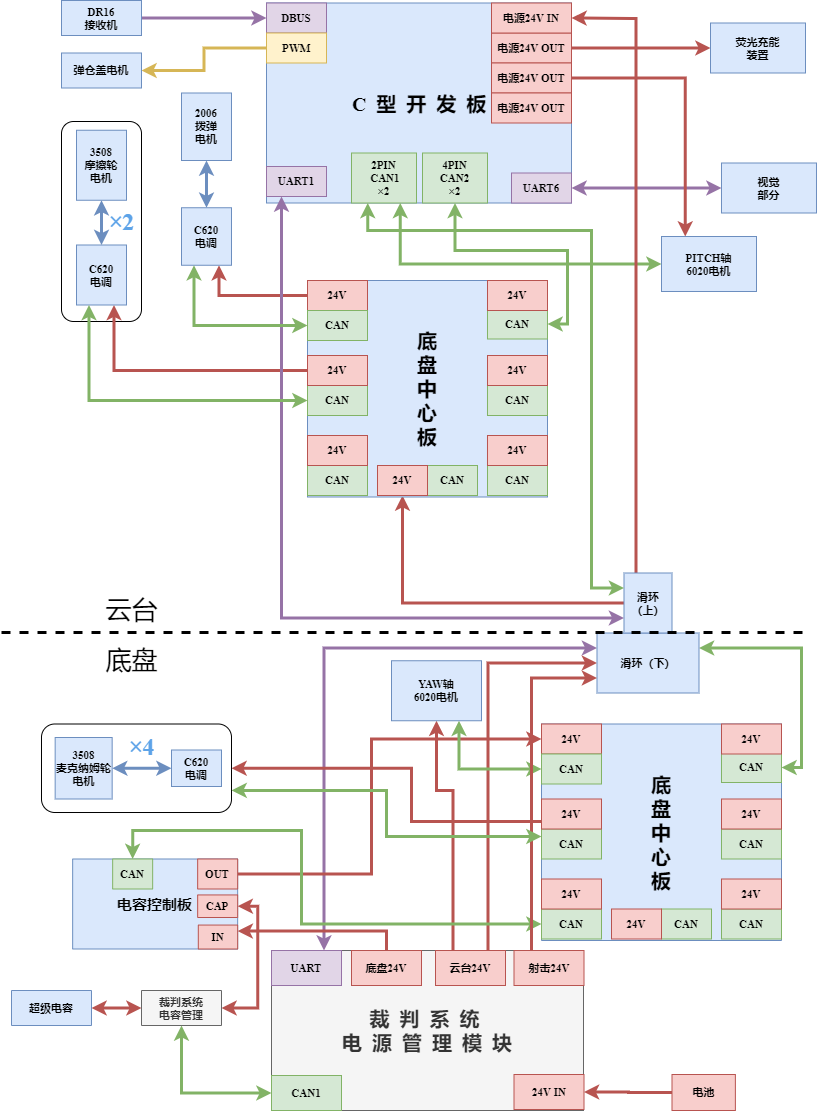
Before: Image/步兵嵌入式硬件框图.png, a diagram exported from draw.io (xrobot-org/XRobot). Source tidied: cells renumbered, new cells last; positions are measured from the earlier drawing's top-left corner, leaving out a move shared by most shapes.
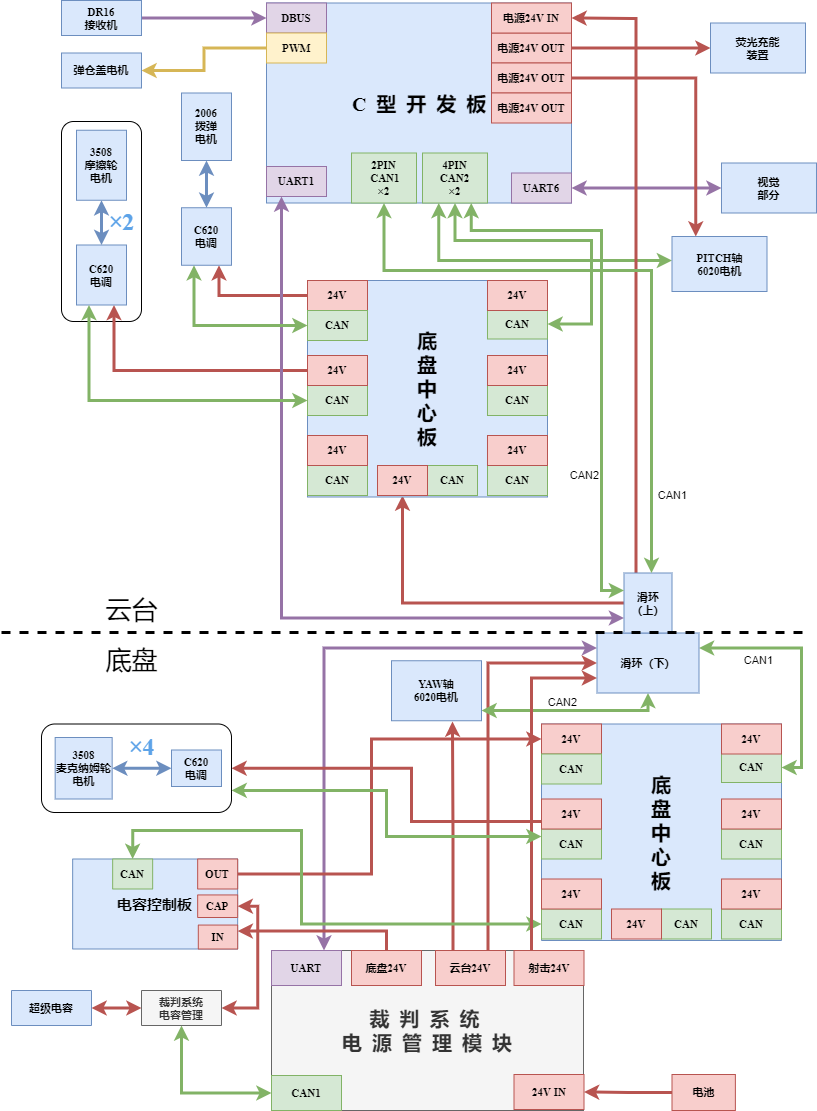
After the change.

The edit, as a diff of the source:
```diff
@@ -68,13 +68,8 @@
         </Array>
       </mxGeometry>
     </mxCell>
-    <mxCell id="20" style="edgeStyle=orthogonalEdgeStyle;rounded=0;jettySize=auto;html=1;entryX=0.5;entryY=1;entryDx=0;entryDy=0;fontFamily=Times New Roman;fontSize=20;fillColor=#f8cecc;strokeColor=#b85450;strokeWidth=3;exitX=0.25;exitY=0;exitDx=0;exitDy=0;" parent="1" edge="1" source="21" target="44">
-      <mxGeometry relative="1" as="geometry">
-        <Array as="points">
-          <mxPoint x="452" y="790" />
-          <mxPoint x="435" y="790" />
-        </Array>
-      </mxGeometry>
+    <mxCell id="20" style="edgeStyle=orthogonalEdgeStyle;rounded=0;jettySize=auto;html=1;fontFamily=Times New Roman;fontSize=20;fillColor=#f8cecc;strokeColor=#b85450;strokeWidth=3;exitX=0.25;exitY=0;exitDx=0;exitDy=0;entryX=0.678;entryY=1.013;entryDx=0;entryDy=0;entryPerimeter=0;" parent="1" edge="1" source="21" target="44">
+      <mxGeometry relative="1" as="geometry" />
     </mxCell>
     <mxCell id="21" value="云台24V" style="whiteSpace=wrap;fontSize=11;fontStyle=1;fontFamily=Times New Roman;html=1;strokeColor=#b85450;fillColor=#f8cecc;" parent="1" vertex="1">
       <mxGeometry x="434" y="950" width="70" height="35" as="geometry" />
@@ -141,20 +136,33 @@
     <mxCell id="40" value="视觉&lt;br&gt;部分" style="whiteSpace=wrap;fontSize=11;fontStyle=1;fontFamily=Times New Roman;strokeColor=#6c8ebf;html=1;fillColor=#dae8fc;" parent="1" vertex="1">
       <mxGeometry x="720" y="162.5" width="95" height="50" as="geometry" />
     </mxCell>
-    <mxCell id="41" style="edgeStyle=orthogonalEdgeStyle;rounded=0;jettySize=auto;html=1;exitX=0.75;exitY=1;exitDx=0;exitDy=0;entryX=0;entryY=0.5;entryDx=0;entryDy=0;startArrow=classic;startFill=1;strokeWidth=3;fontFamily=Times New Roman;fontSize=20;fillColor=#d5e8d4;strokeColor=#82b366;" parent="1" edge="1" source="42" target="45">
-      <mxGeometry relative="1" as="geometry" />
+    <mxCell id="41" style="edgeStyle=orthogonalEdgeStyle;rounded=0;jettySize=auto;html=1;startArrow=classic;startFill=1;strokeWidth=3;fontFamily=Times New Roman;fontSize=20;fillColor=#d5e8d4;strokeColor=#82b366;exitX=0.25;exitY=1;exitDx=0;exitDy=0;" parent="1" edge="1" source="48" target="45">
+      <mxGeometry relative="1" as="geometry">
+        <Array as="points">
+          <mxPoint x="437" y="260" />
+        </Array>
+      </mxGeometry>
     </mxCell>
     <mxCell id="42" value="2PIN&lt;br&gt;&amp;nbsp;CAN1&lt;br&gt;×2" style="whiteSpace=wrap;fontSize=11;fontStyle=1;fontFamily=Times New Roman;fillColor=#d5e8d4;html=1;strokeColor=#82b366;" parent="1" vertex="1">
       <mxGeometry x="350" y="152.5" width="65" height="50" as="geometry" />
     </mxCell>
-    <mxCell id="43" style="edgeStyle=orthogonalEdgeStyle;rounded=0;jettySize=auto;html=1;exitX=0.75;exitY=1;exitDx=0;exitDy=0;entryX=0;entryY=0.5;entryDx=0;entryDy=0;fontFamily=Times New Roman;fontSize=20;fillColor=#d5e8d4;strokeColor=#82b366;strokeWidth=3;startArrow=classic;startFill=1;" parent="1" edge="1" source="44" target="71">
-      <mxGeometry relative="1" as="geometry" />
+    <mxCell id="43" style="edgeStyle=orthogonalEdgeStyle;rounded=0;jettySize=auto;html=1;fontFamily=Times New Roman;fontSize=20;fillColor=#d5e8d4;strokeColor=#82b366;strokeWidth=3;startArrow=classic;startFill=1;entryX=0.5;entryY=1;entryDx=0;entryDy=0;" parent="1" edge="1" source="44" target="50">
+      <mxGeometry relative="1" as="geometry">
+        <Array as="points">
+          <mxPoint x="647" y="710" />
+        </Array>
+      </mxGeometry>
     </mxCell>
+    <mxCell id="113" value="CAN2" style="edgeLabel;html=1;align=center;verticalAlign=middle;" parent="43" vertex="1">
+      <mxGeometry x="0.08" relative="1" as="geometry">
+        <mxPoint x="-18.8" y="-9" as="offset" />
+      </mxGeometry>
+    </mxCell>
     <mxCell id="44" value="YAW轴&lt;br&gt;6020电机" style="whiteSpace=wrap;fontSize=11;fontStyle=1;fontFamily=Times New Roman;strokeColor=#6c8ebf;html=1;fillColor=#dae8fc;" parent="1" vertex="1">
       <mxGeometry x="390" y="660.2" width="90" height="60" as="geometry" />
     </mxCell>
     <mxCell id="45" value="PITCH轴&lt;br&gt;6020电机" style="whiteSpace=wrap;fontSize=11;fontStyle=1;fontFamily=Times New Roman;strokeColor=#6c8ebf;html=1;fillColor=#dae8fc;" parent="1" vertex="1">
-      <mxGeometry x="660" y="236" width="95" height="55" as="geometry" />
+      <mxGeometry x="670.5" y="236" width="95" height="55" as="geometry" />
     </mxCell>
     <mxCell id="46" value="超级电容" style="whiteSpace=wrap;fontSize=11;fontStyle=1;fontFamily=Times New Roman;html=1;strokeColor=#6c8ebf;fillColor=#dae8fc;direction=west;" parent="1" vertex="1">
       <mxGeometry x="10" y="990" width="80" height="35" as="geometry" />
@@ -173,6 +181,11 @@
         </Array>
       </mxGeometry>
     </mxCell>
+    <mxCell id="114" value="CAN1" style="edgeLabel;html=1;align=center;verticalAlign=middle;" parent="49" vertex="1">
+      <mxGeometry x="-0.51" y="-3" relative="1" as="geometry">
+        <mxPoint x="-0.6" y="9.5" as="offset" />
+      </mxGeometry>
+    </mxCell>
     <mxCell id="50" value="滑环（下）" style="whiteSpace=wrap;fontSize=11;fontStyle=1;fontFamily=Times New Roman;html=1;fillColor=#dae8fc;strokeColor=#6c8ebf;" parent="1" vertex="1">
       <mxGeometry x="595.5" y="632.5" width="102" height="60" as="geometry" />
     </mxCell>
@@ -224,15 +237,19 @@
     <mxCell id="61" value="C620&lt;br&gt;电调" style="whiteSpace=wrap;fontSize=11;fontStyle=1;fontFamily=Times New Roman;html=1;labelBorderColor=none;strokeColor=#6c8ebf;fillColor=#dae8fc;" parent="1" vertex="1">
       <mxGeometry x="75" y="244.5" width="50" height="60" as="geometry" />
     </mxCell>
-    <mxCell id="62" style="edgeStyle=orthogonalEdgeStyle;rounded=0;jettySize=auto;html=1;entryX=0;entryY=0.25;entryDx=0;entryDy=0;startArrow=classic;startFill=1;strokeWidth=3;fontFamily=Times New Roman;fontSize=20;fillColor=#d5e8d4;strokeColor=#82b366;exitX=0.25;exitY=1;exitDx=0;exitDy=0;" parent="1" edge="1" source="42" target="53">
+    <mxCell id="62" style="edgeStyle=orthogonalEdgeStyle;rounded=0;jettySize=auto;html=1;startArrow=classic;startFill=1;strokeWidth=3;fontFamily=Times New Roman;fontSize=20;fillColor=#d5e8d4;strokeColor=#82b366;exitX=0.5;exitY=1;exitDx=0;exitDy=0;" parent="1" edge="1" source="42" target="53">
       <mxGeometry relative="1" as="geometry">
         <Array as="points">
-          <mxPoint x="366" y="230" />
-          <mxPoint x="590" y="230" />
-          <mxPoint x="590" y="588" />
+          <mxPoint x="383" y="270" />
+          <mxPoint x="650" y="270" />
         </Array>
       </mxGeometry>
     </mxCell>
+    <mxCell id="115" value="CAN1" style="edgeLabel;html=1;align=center;verticalAlign=middle;" parent="62" vertex="1">
+      <mxGeometry x="0.76" y="-1" relative="1" as="geometry">
+        <mxPoint x="21.5" y="-2.5" as="offset" />
+      </mxGeometry>
+    </mxCell>
     <mxCell id="63" style="edgeStyle=orthogonalEdgeStyle;rounded=0;jettySize=auto;html=1;exitX=0;exitY=0.5;exitDx=0;exitDy=0;entryX=0.25;entryY=1;entryDx=0;entryDy=0;fontFamily=Times New Roman;fontSize=20;startArrow=classic;startFill=1;strokeWidth=3;fillColor=#d5e8d4;strokeColor=#82b366;" parent="1" edge="1" source="96" target="59">
       <mxGeometry relative="1" as="geometry" />
     </mxCell>
@@ -350,9 +367,9 @@
     <mxCell id="97" style="edgeStyle=orthogonalEdgeStyle;rounded=0;jettySize=auto;html=1;exitX=1;exitY=0.5;exitDx=0;exitDy=0;entryX=0.5;entryY=1;entryDx=0;entryDy=0;startArrow=classic;startFill=1;strokeWidth=3;fillColor=#d5e8d4;strokeColor=#82b366;" parent="1" edge="1" source="98" target="48">
       <mxGeometry relative="1" as="geometry">
         <Array as="points">
-          <mxPoint x="566" y="324" />
-          <mxPoint x="566" y="250" />
-          <mxPoint x="454" y="250" />
+          <mxPoint x="590" y="324" />
+          <mxPoint x="590" y="240" />
+          <mxPoint x="454" y="240" />
         </Array>
       </mxGeometry>
     </mxCell>
@@ -401,5 +418,19 @@
     <mxCell id="112" value="CAN1" style="whiteSpace=wrap;fontSize=11;fontStyle=1;fontFamily=Times New Roman;fillColor=#d5e8d4;html=1;strokeColor=#82b366;" parent="1" vertex="1">
       <mxGeometry x="270" y="1075" width="70" height="35" as="geometry" />
     </mxCell>
+    <mxCell id="116" style="edgeStyle=orthogonalEdgeStyle;rounded=0;jettySize=auto;html=1;startArrow=classic;startFill=1;strokeWidth=3;fillColor=#d5e8d4;strokeColor=#82b366;entryX=0.75;entryY=1;entryDx=0;entryDy=0;" parent="1" edge="1" source="53" target="48">
+      <mxGeometry relative="1" as="geometry">
+        <Array as="points">
+          <mxPoint x="600" y="590" />
+          <mxPoint x="600" y="230" />
+          <mxPoint x="470" y="230" />
+        </Array>
+      </mxGeometry>
+    </mxCell>
+    <mxCell id="117" value="CAN2" style="edgeLabel;html=1;align=center;verticalAlign=middle;" parent="116" vertex="1">
+      <mxGeometry x="-0.57" y="-2" relative="1" as="geometry">
+        <mxPoint x="-20" y="-20.8" as="offset" />
+      </mxGeometry>
+    </mxCell>
   </root>
 </mxGraphModel>
```
